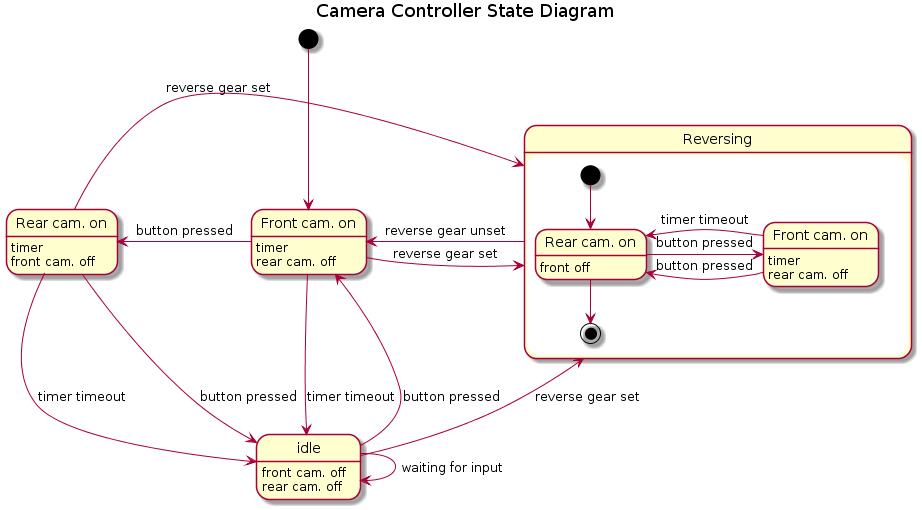
Before: images/state.png, a diagram exported from PlantUML (markoweb/car-cam).
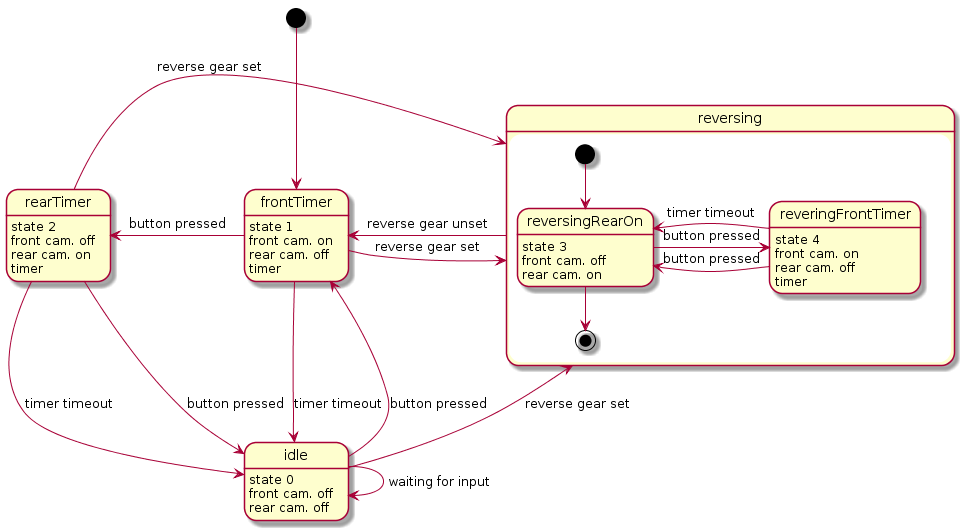
Later version of the same file.

Commit message:
State diagram update

- state numbers added

What changed in the source:
```diff
@@ -1,25 +1,32 @@
 @startuml
-title Camera Controller State Diagram
-
 state idle
+idle : state 0
 idle : front cam. off
 idle : rear cam. off
 
-state "Front cam. on" as frontTimer
+state frontTimer
+frontTimer : state 1
+frontTimer : front cam. on
+frontTimer : rear cam. off
 frontTimer : timer
-frontTimer : rear cam. off
 
-state "Rear cam. on" as rearTimer
+state rearTimer
+rearTimer : state 2
+rearTimer : front cam. off
+rearTimer : rear cam. on
 rearTimer : timer
-rearTimer : front cam. off
 
-state "Reversing" as reversing {
-    state "Rear cam. on" as reversingRearOn
-    reversingRearOn : front off
+state reversing {
+    state reversingRearOn
+    reversingRearOn : state 3
+    reversingRearOn : front cam. off
+    reversingRearOn : rear cam. on
 
-    state "Front cam. on" as reveringFrontTimer
+    state reveringFrontTimer
+    reveringFrontTimer : state 4
+    reveringFrontTimer : front cam. on
+    reveringFrontTimer : rear cam. off
     reveringFrontTimer : timer
-    reveringFrontTimer : rear cam. off
 
     [*] --> reversingRearOn
     reversingRearOn -> reveringFrontTimer : button pressed
```
